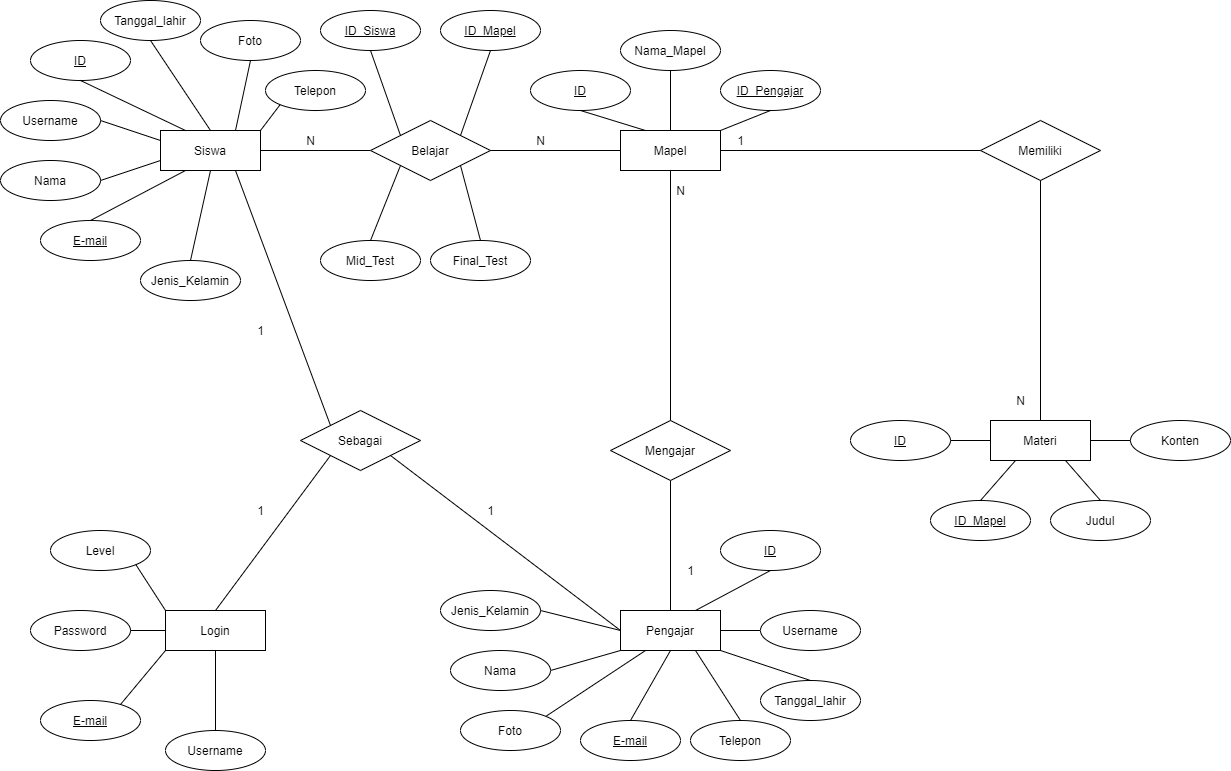
The draw.io diagram Skema Database/ERD dbhaiyu.png in alifahfathonah/Website-HAiYU, before a commit. Source tidied: cells renumbered, new cells last; positions are measured from the earlier drawing's top-left corner, leaving out a move shared by most shapes.
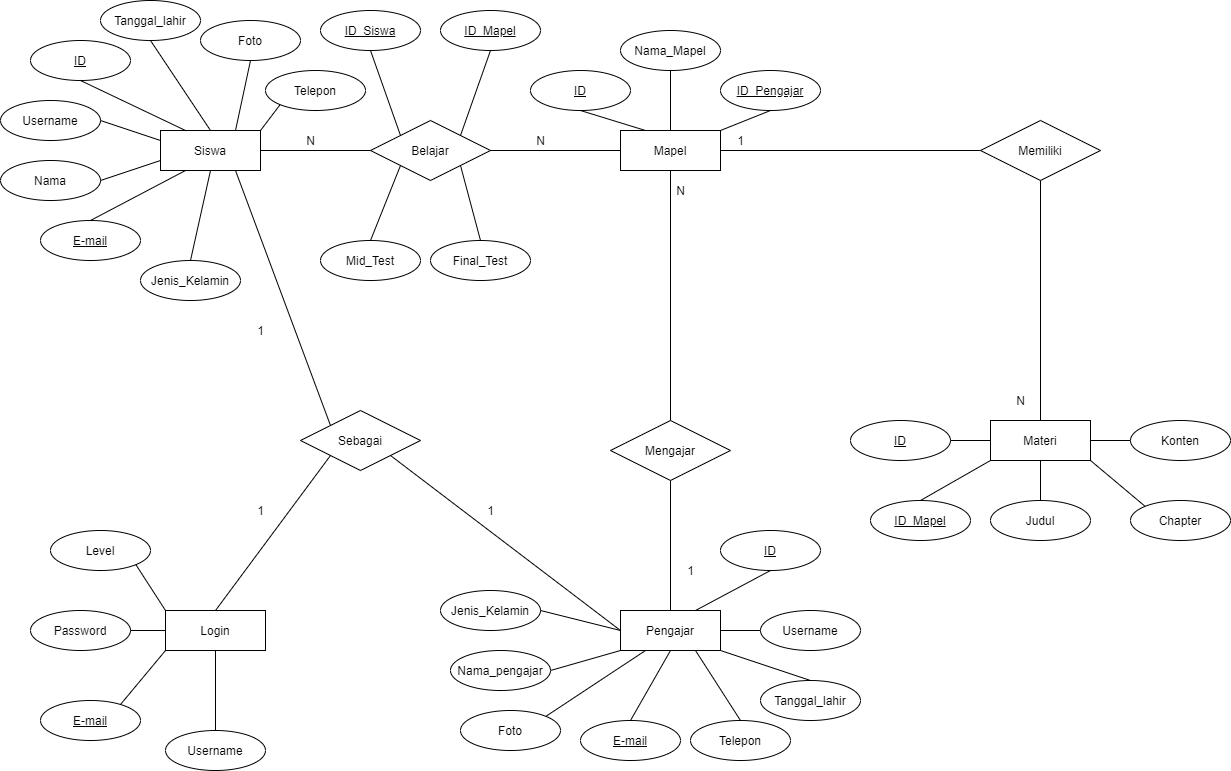
After the change.

Change to the diagram source:
```diff
@@ -107,7 +107,7 @@
     <mxCell id="36" style="endArrow=none;html=1;rounded=0;entryX=0.5;entryY=0;entryDx=0;entryDy=0;exitX=1;exitY=1;exitDx=0;exitDy=0;" parent="1" edge="1" source="29" target="30">
       <mxGeometry relative="1" as="geometry" />
     </mxCell>
-    <mxCell id="37" value="Nama" style="ellipse;whiteSpace=wrap;html=1;align=center;" parent="1" vertex="1">
+    <mxCell id="37" value="Nama_pengajar" style="ellipse;whiteSpace=wrap;html=1;align=center;" parent="1" vertex="1">
       <mxGeometry x="450" y="650" width="100" height="40" as="geometry" />
     </mxCell>
     <mxCell id="38" style="endArrow=none;html=1;rounded=0;exitX=0.5;exitY=0;exitDx=0;exitDy=0;entryX=0.5;entryY=1;entryDx=0;entryDy=0;" parent="1" edge="1" source="29" target="39">
@@ -222,15 +222,15 @@
       <mxGeometry x="1010" y="390" width="20" height="20" as="geometry" />
     </mxCell>
     <mxCell id="75" value="ID_Mapel" style="ellipse;whiteSpace=wrap;html=1;align=center;fontStyle=4;" parent="1" vertex="1">
-      <mxGeometry x="930" y="500" width="100" height="40" as="geometry" />
+      <mxGeometry x="870" y="500" width="100" height="40" as="geometry" />
     </mxCell>
     <mxCell id="76" value="Judul" style="ellipse;whiteSpace=wrap;html=1;align=center;fontStyle=0;" parent="1" vertex="1">
-      <mxGeometry x="1050" y="500" width="100" height="40" as="geometry" />
+      <mxGeometry x="990" y="500" width="100" height="40" as="geometry" />
     </mxCell>
-    <mxCell id="77" style="endArrow=none;html=1;exitX=0.5;exitY=0;exitDx=0;exitDy=0;entryX=0.25;entryY=1;entryDx=0;entryDy=0;" parent="1" edge="1" source="75" target="69">
+    <mxCell id="77" style="endArrow=none;html=1;exitX=0.5;exitY=0;exitDx=0;exitDy=0;entryX=0;entryY=1;entryDx=0;entryDy=0;" parent="1" edge="1" source="75" target="69">
       <mxGeometry relative="1" as="geometry" />
     </mxCell>
-    <mxCell id="78" style="endArrow=none;html=1;exitX=0.5;exitY=0;exitDx=0;exitDy=0;entryX=0.75;entryY=1;entryDx=0;entryDy=0;" parent="1" edge="1" source="76" target="69">
+    <mxCell id="78" style="endArrow=none;html=1;exitX=0.5;exitY=0;exitDx=0;exitDy=0;entryX=0.5;entryY=1;entryDx=0;entryDy=0;" parent="1" edge="1" source="76" target="69">
       <mxGeometry relative="1" as="geometry" />
     </mxCell>
     <mxCell id="79" value="ID" style="ellipse;whiteSpace=wrap;html=1;align=center;fontStyle=4;" parent="1" vertex="1">
@@ -269,5 +269,11 @@
     <mxCell id="90" style="endArrow=none;html=1;rounded=0;entryX=0.75;entryY=0;entryDx=0;entryDy=0;exitX=0.5;exitY=1;exitDx=0;exitDy=0;" parent="1" edge="1" source="89" target="2">
       <mxGeometry relative="1" as="geometry" />
     </mxCell>
+    <mxCell id="91" value="Chapter" style="ellipse;whiteSpace=wrap;html=1;align=center;fontStyle=0;" parent="1" vertex="1">
+      <mxGeometry x="1130" y="500" width="100" height="40" as="geometry" />
+    </mxCell>
+    <mxCell id="92" style="endArrow=none;html=1;exitX=0;exitY=0;exitDx=0;exitDy=0;entryX=1;entryY=1;entryDx=0;entryDy=0;" parent="1" edge="1" source="91" target="69">
+      <mxGeometry relative="1" as="geometry" />
+    </mxCell>
   </root>
 </mxGraphModel>
```
